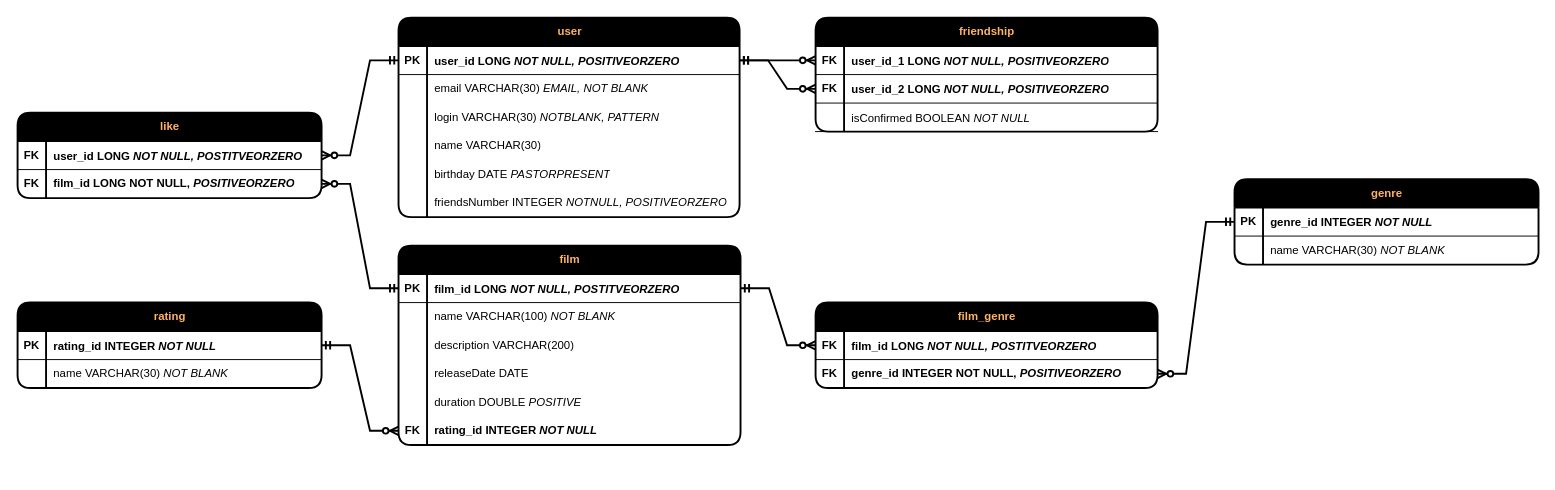
Above: Filmorate Database scheme.drawio in MironovNikita/java-filmorate (draw.io), before the change. Source tidied: cells renumbered, new cells numbered last; positions are measured from the earlier drawing's top-left corner, leaving out a move shared by most shapes. Both pictures are drawn from the tidied source at 95%, with x=0, y=0 at pixel (17, 17).
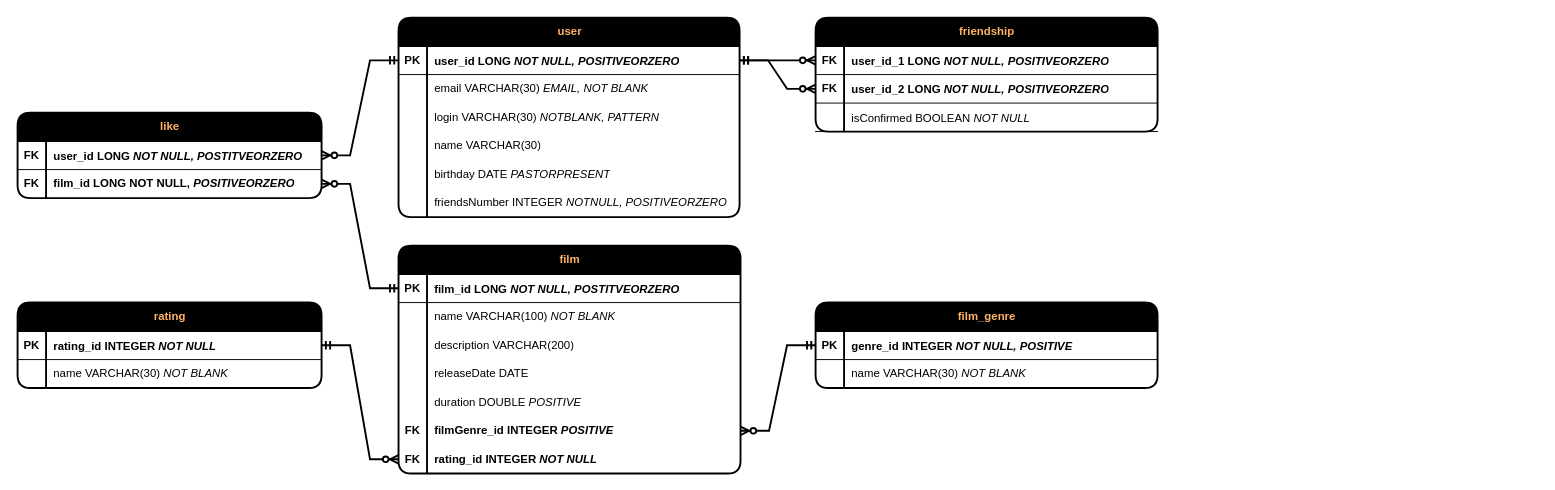
After the change.

Commit message (it also covers changes not shown here):
fix: отображение всех данных в readme

Unchanged cells that the change refers to:
```xml
<mxCell id="3" style="shape=tableRow;horizontal=0;startSize=0;swimlaneHead=0;swimlaneBody=0;fillColor=none;points=[[0,0.5],[1,0.5]];portConstraint=eastwest;top=0;left=0;right=0;bottom=1;" parent="2" vertex="1">
  <mxGeometry y="30" width="360" height="30" as="geometry" />
</mxCell>
```

The edit, as a diff of the source:
```diff
@@
     <mxCell id="2" value="&lt;font color=&quot;#ffb366&quot;&gt;film&lt;/font&gt;" style="shape=table;startSize=30;childLayout=tableLayout;rowLines=0;fontStyle=1;align=center;html=1;fillColor=#000000;rounded=1;shadow=0;swimlaneLine=1;strokeWidth=2;" parent="1" vertex="1">
-      <mxGeometry x="401" y="240" width="360" height="210" as="geometry" />
+      <mxGeometry x="401" y="240" width="360" height="240" as="geometry" />
     </mxCell>
@@
+    <mxCell id="85" style="shape=tableRow;horizontal=0;startSize=0;swimlaneHead=0;swimlaneBody=0;fillColor=none;points=[[0,0.5],[1,0.5]];portConstraint=eastwest;top=0;left=0;right=0;bottom=0;" parent="2" vertex="1">
+      <mxGeometry y="180" width="360" height="30" as="geometry" />
+    </mxCell>
+    <mxCell id="86" value="&lt;b&gt;FK&lt;/b&gt;" style="shape=partialRectangle;fillColor=none;top=0;left=0;bottom=0;right=0;overflow=hidden;whiteSpace=wrap;html=1;" parent="85" vertex="1">
+      <mxGeometry width="30" height="30" as="geometry" />
+    </mxCell>
+    <mxCell id="87" value="&lt;b&gt;filmGenre_id INTEGER&amp;nbsp;&lt;i&gt;POSITIVE&lt;/i&gt;&lt;/b&gt;" style="shape=partialRectangle;fillColor=none;top=0;left=0;bottom=0;right=0;align=left;spacingLeft=6;overflow=hidden;whiteSpace=wrap;html=1;" parent="85" vertex="1">
+      <mxGeometry x="30" width="330" height="30" as="geometry" />
+    </mxCell>
     <mxCell id="18" style="shape=tableRow;horizontal=0;startSize=0;swimlaneHead=0;swimlaneBody=0;fillColor=none;points=[[0,0.5],[1,0.5]];portConstraint=eastwest;top=0;left=0;right=0;bottom=0;" parent="2" vertex="1">
-      <mxGeometry y="180" width="360" height="30" as="geometry" />
+      <mxGeometry y="210" width="360" height="30" as="geometry" />
     </mxCell>
@@
-    <mxCell id="69" value="&lt;font color=&quot;#ffb366&quot;&gt;film_genre&lt;/font&gt;" style="shape=table;startSize=30;childLayout=tableLayout;rowLines=0;fontStyle=1;align=center;html=1;fillColor=#000000;rounded=1;shadow=0;swimlaneLine=1;strokeWidth=2;" parent="1" vertex="1">
-      <mxGeometry x="840" y="300" width="360" height="90" as="geometry" />
-    </mxCell>
-    <mxCell id="70" style="shape=tableRow;horizontal=0;startSize=0;swimlaneHead=0;swimlaneBody=0;fillColor=none;points=[[0,0.5],[1,0.5]];portConstraint=eastwest;top=0;left=0;right=0;bottom=1;" parent="69" vertex="1">
-      <mxGeometry y="30" width="360" height="30" as="geometry" />
-    </mxCell>
-    <mxCell id="71" value="FK" style="shape=partialRectangle;fillColor=none;top=0;left=0;bottom=0;right=0;fontStyle=1;overflow=hidden;whiteSpace=wrap;html=1;" parent="70" vertex="1">
-      <mxGeometry width="30" height="30" as="geometry" />
-    </mxCell>
-    <mxCell id="72" value="&lt;p style=&quot;line-height: 0%;&quot;&gt;film_id LONG&amp;nbsp;&lt;i style=&quot;border-color: var(--border-color);&quot;&gt;NOT NULL, POSTITVEORZERO&lt;/i&gt;&lt;br&gt;&lt;/p&gt;" style="shape=partialRectangle;fillColor=none;top=0;left=0;bottom=0;right=0;align=left;spacingLeft=6;fontStyle=1;overflow=hidden;whiteSpace=wrap;html=1;strokeColor=default;labelBackgroundColor=default;" parent="70" vertex="1">
-      <mxGeometry x="30" width="330" height="30" as="geometry" />
-    </mxCell>
-    <mxCell id="73" style="shape=tableRow;horizontal=0;startSize=0;swimlaneHead=0;swimlaneBody=0;fillColor=none;points=[[0,0.5],[1,0.5]];portConstraint=eastwest;top=0;left=0;right=0;bottom=0;" parent="69" vertex="1">
-      <mxGeometry y="60" width="360" height="30" as="geometry" />
-    </mxCell>
-    <mxCell id="74" value="FK" style="shape=partialRectangle;fillColor=none;top=0;left=0;bottom=0;right=0;overflow=hidden;whiteSpace=wrap;html=1;fontStyle=1;" parent="73" vertex="1">
-      <mxGeometry width="30" height="30" as="geometry" />
-    </mxCell>
-    <mxCell id="75" value="&lt;b&gt;genre_id INTEGER NOT NULL, &lt;i&gt;POSITIVEORZERO&lt;/i&gt;&lt;/b&gt;" style="shape=partialRectangle;fillColor=none;top=0;left=0;bottom=0;right=0;align=left;spacingLeft=6;overflow=hidden;whiteSpace=wrap;html=1;" parent="73" vertex="1">
-      <mxGeometry x="30" width="330" height="30" as="geometry" />
-    </mxCell>
-    <mxCell id="76" value="&lt;font color=&quot;#ffb366&quot;&gt;genre&lt;/font&gt;" style="shape=table;startSize=30;childLayout=tableLayout;rowLines=0;fontStyle=1;align=center;html=1;fillColor=#000000;rounded=1;shadow=0;swimlaneLine=1;strokeWidth=2;" parent="1" vertex="1">
-      <mxGeometry x="1281" y="170" width="320" height="90" as="geometry" />
+    <mxCell id="76" value="&lt;font color=&quot;#ffb366&quot;&gt;film_genre&lt;/font&gt;" style="shape=table;startSize=30;childLayout=tableLayout;rowLines=0;fontStyle=1;align=center;html=1;fillColor=#000000;rounded=1;shadow=0;swimlaneLine=1;strokeWidth=2;" parent="1" vertex="1">
+      <mxGeometry x="840" y="300" width="360" height="90" as="geometry" />
     </mxCell>
     <mxCell id="77" style="shape=tableRow;horizontal=0;startSize=0;swimlaneHead=0;swimlaneBody=0;fillColor=none;points=[[0,0.5],[1,0.5]];portConstraint=eastwest;top=0;left=0;right=0;bottom=1;" parent="76" vertex="1">
-      <mxGeometry y="30" width="320" height="30" as="geometry" />
+      <mxGeometry y="30" width="360" height="30" as="geometry" />
     </mxCell>
@@
-    <mxCell id="79" value="&lt;p style=&quot;line-height: 0%;&quot;&gt;genre_id INTEGER &lt;i&gt;NOT NULL&lt;/i&gt;&lt;/p&gt;" style="shape=partialRectangle;fillColor=none;top=0;left=0;bottom=0;right=0;align=left;spacingLeft=6;fontStyle=1;overflow=hidden;whiteSpace=wrap;html=1;strokeColor=default;labelBackgroundColor=default;" parent="77" vertex="1">
-      <mxGeometry x="30" width="290" height="30" as="geometry" />
+    <mxCell id="79" value="&lt;p style=&quot;line-height: 0%;&quot;&gt;genre_id INTEGER &lt;i&gt;NOT NULL, POSITIVE&lt;/i&gt;&lt;/p&gt;" style="shape=partialRectangle;fillColor=none;top=0;left=0;bottom=0;right=0;align=left;spacingLeft=6;fontStyle=1;overflow=hidden;whiteSpace=wrap;html=1;strokeColor=default;labelBackgroundColor=default;" parent="77" vertex="1">
+      <mxGeometry x="30" width="330" height="30" as="geometry" />
     </mxCell>
     <mxCell id="80" style="shape=tableRow;horizontal=0;startSize=0;swimlaneHead=0;swimlaneBody=0;fillColor=none;top=0;left=0;right=0;bottom=0;" parent="76" vertex="1">
-      <mxGeometry y="60" width="320" height="30" as="geometry" />
+      <mxGeometry y="60" width="360" height="30" as="geometry" />
     </mxCell>
@@
     <mxCell id="82" value="name VARCHAR(30) &lt;i&gt;NOT BLANK&lt;/i&gt;" style="shape=partialRectangle;fillColor=none;top=0;left=0;bottom=0;right=0;align=left;spacingLeft=6;overflow=hidden;whiteSpace=wrap;html=1;" parent="80" vertex="1">
-      <mxGeometry x="30" width="290" height="30" as="geometry" />
+      <mxGeometry x="30" width="330" height="30" as="geometry" />
     </mxCell>
-    <mxCell id="83" style="edgeStyle=entityRelationEdgeStyle;fontSize=12;html=1;endArrow=ERzeroToMany;startArrow=ERmandOne;rounded=0;fontFamily=Helvetica;fontColor=default;entryX=1;entryY=0.5;entryDx=0;entryDy=0;exitX=0;exitY=0.5;exitDx=0;exitDy=0;shadow=0;jumpStyle=none;strokeWidth=2;" parent="1" edge="1" source="77" target="73">
-      <mxGeometry relative="1" as="geometry" />
-    </mxCell>
-    <mxCell id="84" style="edgeStyle=entityRelationEdgeStyle;fontSize=12;html=1;endArrow=ERzeroToMany;startArrow=ERmandOne;rounded=0;fontFamily=Helvetica;fontColor=default;entryX=0;entryY=0.5;entryDx=0;entryDy=0;exitX=1;exitY=0.5;exitDx=0;exitDy=0;shadow=0;jumpStyle=none;strokeWidth=2;" parent="1" edge="1" source="3" target="70">
+    <mxCell id="84" style="edgeStyle=entityRelationEdgeStyle;fontSize=12;html=1;endArrow=ERzeroToMany;startArrow=ERmandOne;rounded=0;fontFamily=Helvetica;fontColor=default;entryX=1;entryY=0.5;entryDx=0;entryDy=0;exitX=0;exitY=0.5;exitDx=0;exitDy=0;shadow=0;jumpStyle=none;strokeWidth=2;" parent="1" edge="1" source="77" target="85">
       <mxGeometry relative="1" as="geometry" />
     </mxCell>
```
